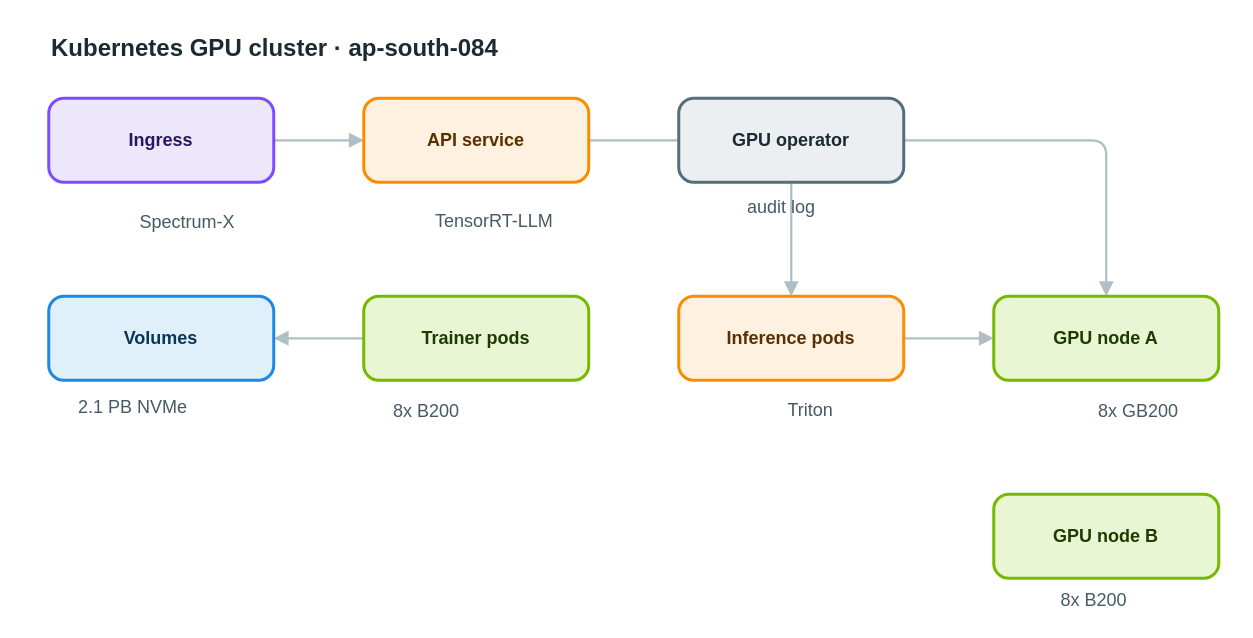
The draw.io diagram apps/web/public/samples/library/084-kubernetes-gpu-cluster.drawio in AryanG01/open-apprentice, before the edit. Source tidied: cells renumbered, new cells numbered last; positions are measured from the earlier drawing's top-left corner, leaving out a move shared by most shapes. Both pictures are drawn from the tidied source at 150%, with x=0, y=0 at pixel (48, 26).
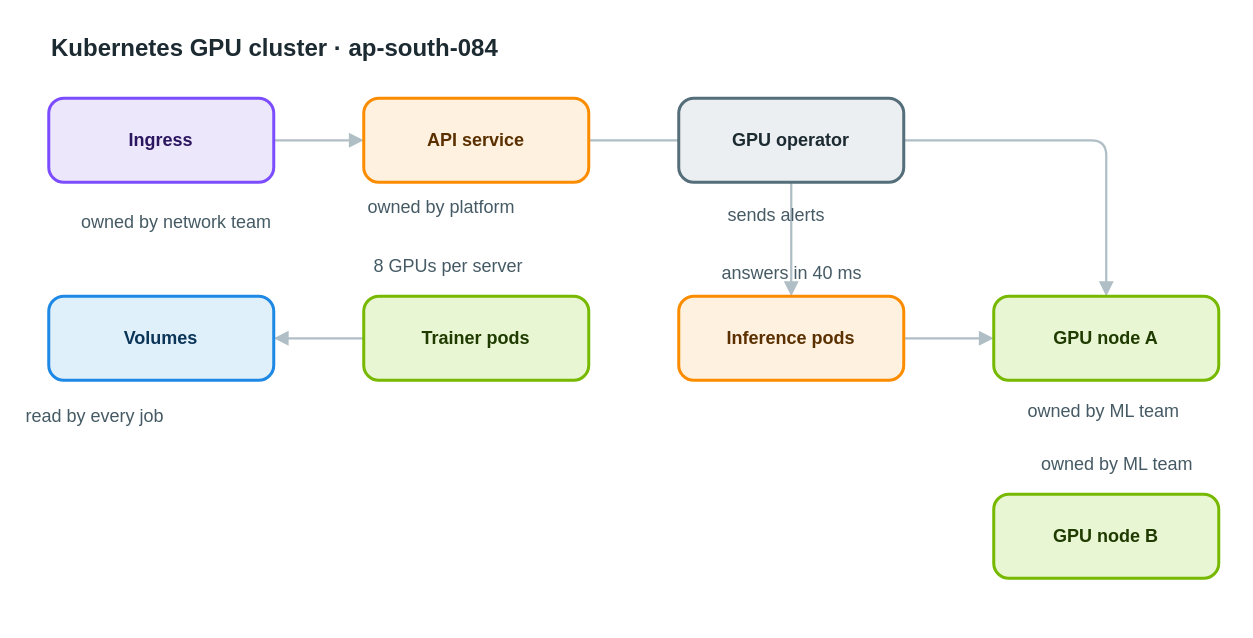
The same diagram, later.

The edit, as a diff of the source:
```diff
@@
-    <mxCell id="16" value="Spectrum-X" style="text;html=1;align=left;verticalAlign=top;whiteSpace=nowrap;spacing=0;spacingTop=0;strokeColor=none;fillColor=none;fontSize=12;fontColor=#455a64;" parent="1" vertex="1">
-      <mxGeometry x="61" y="119" width="82" height="20" as="geometry" />
+    <mxCell id="16" value="owned by network team" style="text;html=1;align=left;verticalAlign=top;whiteSpace=nowrap;spacing=0;spacingTop=0;strokeColor=none;fillColor=none;fontSize=12;fontColor=#455a64;" parent="1" vertex="1">
+      <mxGeometry x="22" y="119" width="159" height="20" as="geometry" />
     </mxCell>
-    <mxCell id="17" value="TensorRT-LLM" style="text;html=1;align=left;verticalAlign=top;whiteSpace=nowrap;spacing=0;spacingTop=0;strokeColor=none;fillColor=none;fontSize=12;fontColor=#455a64;" parent="1" vertex="1">
-      <mxGeometry x="258" y="118" width="96" height="20" as="geometry" />
+    <mxCell id="17" value="owned by platform" style="text;html=1;align=left;verticalAlign=top;whiteSpace=nowrap;spacing=0;spacingTop=0;strokeColor=none;fillColor=none;fontSize=12;fontColor=#455a64;" parent="1" vertex="1">
+      <mxGeometry x="213" y="109" width="131" height="20" as="geometry" />
     </mxCell>
-    <mxCell id="18" value="audit log" style="text;html=1;align=left;verticalAlign=top;whiteSpace=nowrap;spacing=0;spacingTop=0;strokeColor=none;fillColor=none;fontSize=12;fontColor=#455a64;" parent="1" vertex="1">
-      <mxGeometry x="466" y="109" width="75" height="20" as="geometry" />
+    <mxCell id="18" value="sends alerts" style="text;html=1;align=left;verticalAlign=top;whiteSpace=nowrap;spacing=0;spacingTop=0;strokeColor=none;fillColor=none;fontSize=12;fontColor=#455a64;" parent="1" vertex="1">
+      <mxGeometry x="453" y="114" width="96" height="20" as="geometry" />
     </mxCell>
-    <mxCell id="19" value="8x B200" style="text;html=1;align=left;verticalAlign=top;whiteSpace=nowrap;spacing=0;spacingTop=0;strokeColor=none;fillColor=none;fontSize=12;fontColor=#455a64;" parent="1" vertex="1">
-      <mxGeometry x="230" y="245" width="61" height="20" as="geometry" />
+    <mxCell id="19" value="8 GPUs per server" style="text;html=1;align=left;verticalAlign=top;whiteSpace=nowrap;spacing=0;spacingTop=0;strokeColor=none;fillColor=none;fontSize=12;fontColor=#455a64;" parent="1" vertex="1">
+      <mxGeometry x="217" y="148" width="131" height="20" as="geometry" />
     </mxCell>
-    <mxCell id="20" value="Triton" style="text;html=1;align=left;verticalAlign=top;whiteSpace=nowrap;spacing=0;spacingTop=0;strokeColor=none;fillColor=none;fontSize=12;fontColor=#455a64;" parent="1" vertex="1">
-      <mxGeometry x="493" y="244" width="54" height="20" as="geometry" />
+    <mxCell id="20" value="answers in 40 ms" style="text;html=1;align=left;verticalAlign=top;whiteSpace=nowrap;spacing=0;spacingTop=0;strokeColor=none;fillColor=none;fontSize=12;fontColor=#455a64;" parent="1" vertex="1">
+      <mxGeometry x="449" y="153" width="124" height="20" as="geometry" />
     </mxCell>
-    <mxCell id="21" value="8x GB200" style="text;html=1;align=left;verticalAlign=top;whiteSpace=nowrap;spacing=0;spacingTop=0;strokeColor=none;fillColor=none;fontSize=12;fontColor=#455a64;" parent="1" vertex="1">
-      <mxGeometry x="700" y="245" width="68" height="20" as="geometry" />
+    <mxCell id="21" value="owned by ML team" style="text;html=1;align=left;verticalAlign=top;whiteSpace=nowrap;spacing=0;spacingTop=0;strokeColor=none;fillColor=none;fontSize=12;fontColor=#455a64;" parent="1" vertex="1">
+      <mxGeometry x="653" y="245" width="124" height="20" as="geometry" />
     </mxCell>
-    <mxCell id="22" value="8x B200" style="text;html=1;align=left;verticalAlign=top;whiteSpace=nowrap;spacing=0;spacingTop=0;strokeColor=none;fillColor=none;fontSize=12;fontColor=#455a64;" parent="1" vertex="1">
-      <mxGeometry x="675" y="371" width="61" height="20" as="geometry" />
+    <mxCell id="22" value="owned by ML team" style="text;html=1;align=left;verticalAlign=top;whiteSpace=nowrap;spacing=0;spacingTop=0;strokeColor=none;fillColor=none;fontSize=12;fontColor=#455a64;" parent="1" vertex="1">
+      <mxGeometry x="662" y="280" width="124" height="20" as="geometry" />
     </mxCell>
-    <mxCell id="23" value="2.1 PB NVMe" style="text;html=1;align=left;verticalAlign=top;whiteSpace=nowrap;spacing=0;spacingTop=0;strokeColor=none;fillColor=none;fontSize=12;fontColor=#455a64;" parent="1" vertex="1">
-      <mxGeometry x="20" y="242" width="89" height="20" as="geometry" />
+    <mxCell id="23" value="read by every job" style="text;html=1;align=left;verticalAlign=top;whiteSpace=nowrap;spacing=0;spacingTop=0;strokeColor=none;fillColor=none;fontSize=12;fontColor=#455a64;" parent="1" vertex="1">
+      <mxGeometry x="-15" y="248" width="131" height="20" as="geometry" />
     </mxCell>
```
